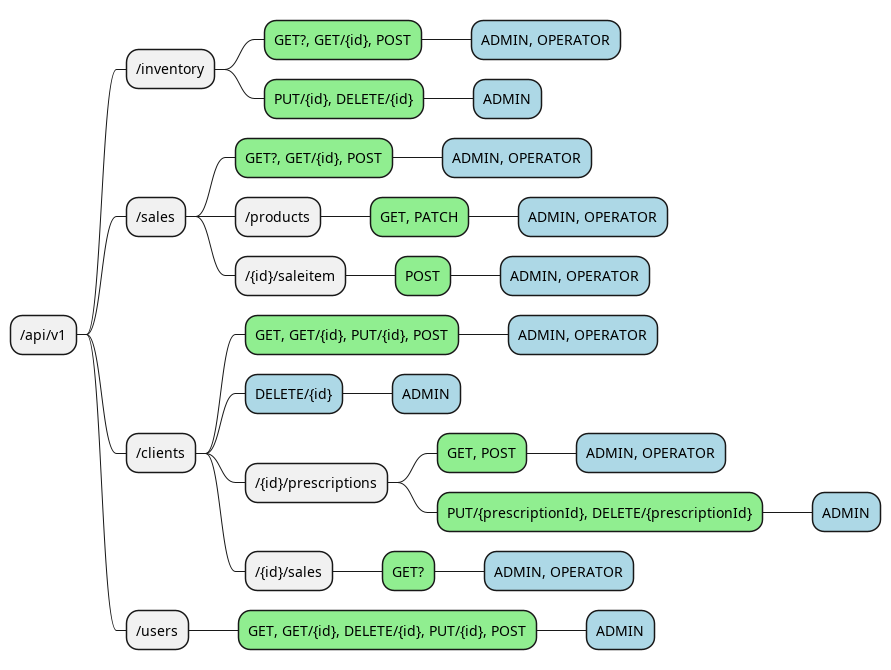
Andre-Franco1/optica-manager-conception keeps this PlantUML diagram as out/docs/endpoints/endpoints.png. Above is the earlier version.
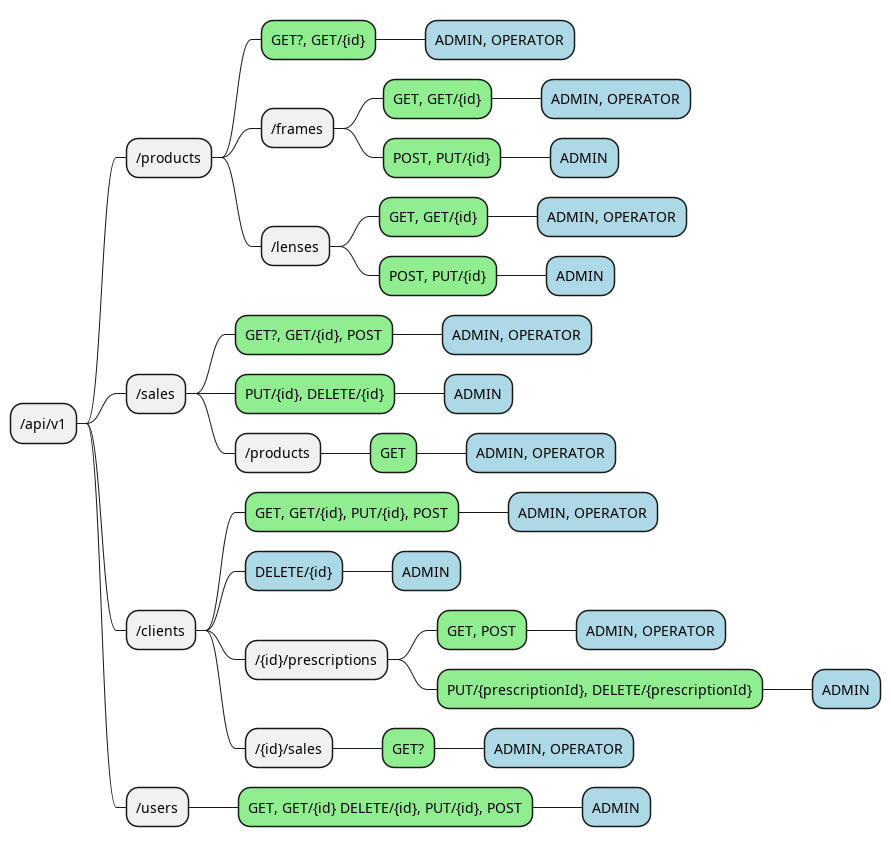
Later version of the same file.

Commit message:
doc: updates in model and endpoints diagrams

What changed in the source:
```diff
@@ -1,22 +1,30 @@
 @startmindmap "endpoints"
 * /api/v1
-    ** /inventory
+    ** /products
+        ***[#LightGreen] GET?, GET/{id}
+            ****[#LightBlue] ADMIN, OPERATOR
+
+        *** /frames
+            ****[#LightGreen] GET, GET/{id}
+                *****[#LightBlue] ADMIN, OPERATOR
+            ****[#LightGreen] POST, PUT/{id}
+                *****[#LightBlue] ADMIN
+
+        *** /lenses
+            ****[#LightGreen] GET, GET/{id}
+                *****[#LightBlue] ADMIN, OPERATOR
+            ****[#LightGreen] POST, PUT/{id}
+                *****[#LightBlue] ADMIN
+
+    ** /sales
         ***[#LightGreen] GET?, GET/{id}, POST
             ****[#LightBlue] ADMIN, OPERATOR
 
         ***[#LightGreen] PUT/{id}, DELETE/{id}
             ****[#LightBlue] ADMIN
 
-    ** /sales
-        ***[#LightGreen] GET?, GET/{id}, POST
-            ****[#LightBlue] ADMIN, OPERATOR
-
         *** /products
-            ****[#LightGreen] GET, PATCH
-                *****[#LightBlue] ADMIN, OPERATOR
-
-        *** /{id}/saleitem
-            ****[#LightGreen] POST
+            ****[#LightGreen] GET
                 *****[#LightBlue] ADMIN, OPERATOR
 
     ** /clients
@@ -37,7 +45,7 @@
                 *****[#LightBlue] ADMIN, OPERATOR
 
     ** /users
-        ***[#LightGreen] GET, GET/{id}, DELETE/{id}, PUT/{id}, POST
+        ***[#LightGreen] GET, GET/{id} DELETE/{id}, PUT/{id}, POST
             ****[#LightBlue] ADMIN
 
 @endmindmap
```
